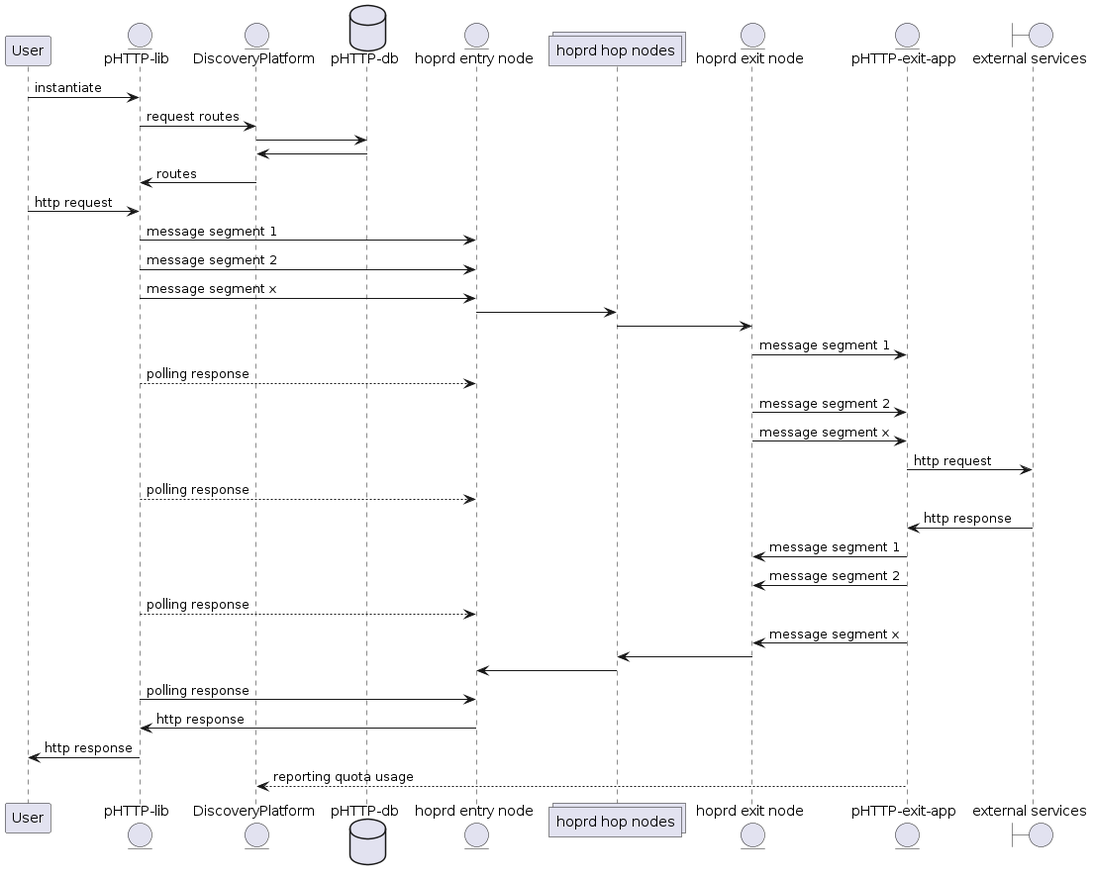
Above: assets/phttp-sequence.png in hoprnet/pHTTP-charts (PlantUML), before the change.
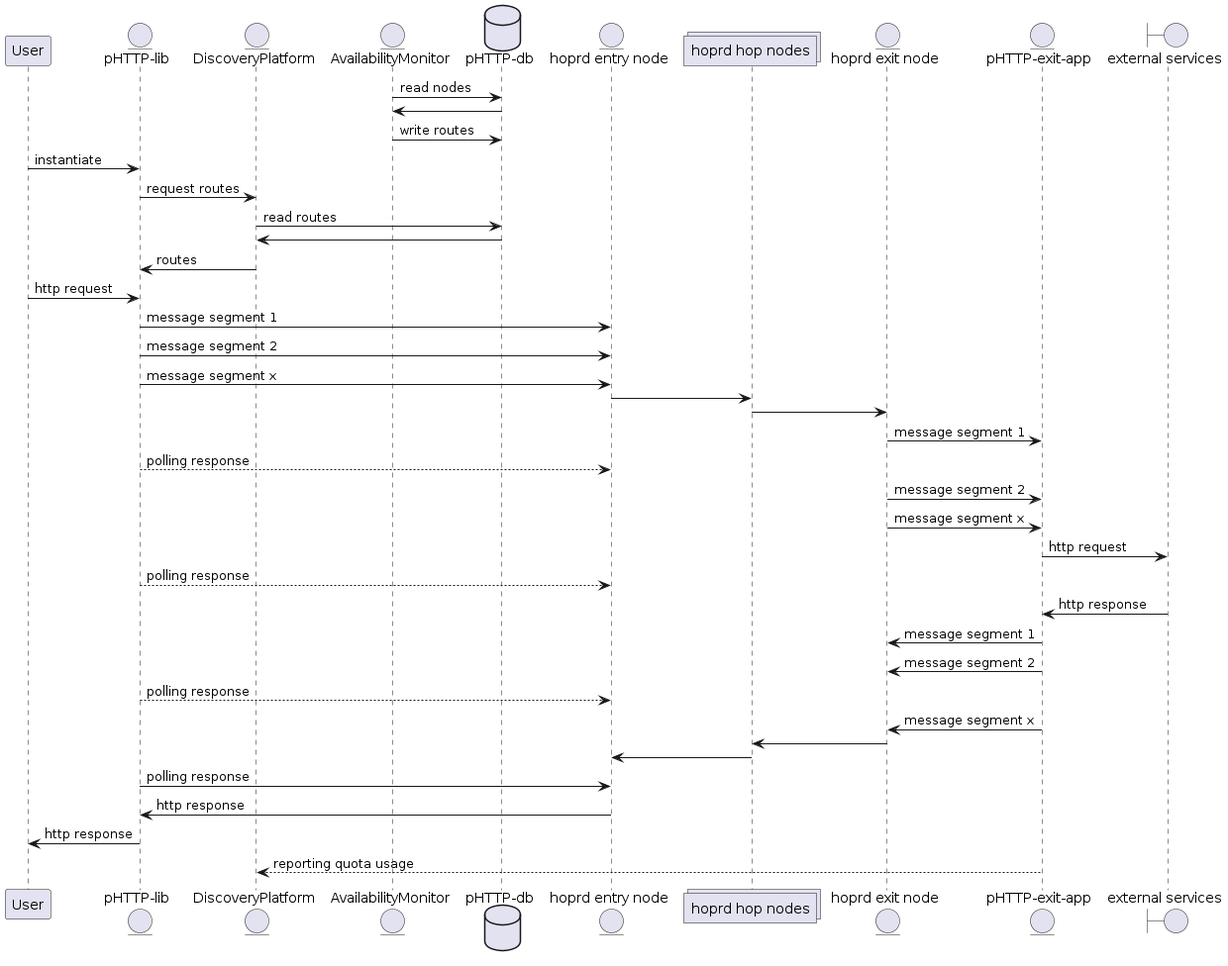
Later version of the same file.

Commit message:
added availability monitor

Diff of the diagram source:
```diff
@@ -2,6 +2,7 @@
 participant User as user
 entity "pHTTP-lib" as phttplib
 entity "DiscoveryPlatform" as dp
+entity "AvailabilityMonitor" as am
 database "pHTTP-db" as phttpdb
 entity "hoprd entry node" as entry
 collections "hoprd hop nodes" as hop
@@ -9,9 +10,14 @@
 entity "pHTTP-exit-app" as phttpexitapp
 boundary "external services" as services
 
+
+am -> phttpdb: read nodes
+phttpdb -> am
+am -> phttpdb: write routes
+
 user -> phttplib : instantiate
 phttplib -> dp: request routes
-dp -> phttpdb
+dp -> phttpdb: read routes
 phttpdb -> dp
 dp -> phttplib: routes
 user -> phttplib: http request
@@ -38,4 +44,5 @@
 phttplib -> user: http response
 phttpexitapp --> dp: reporting quota usage
 
+
 @enduml
```
